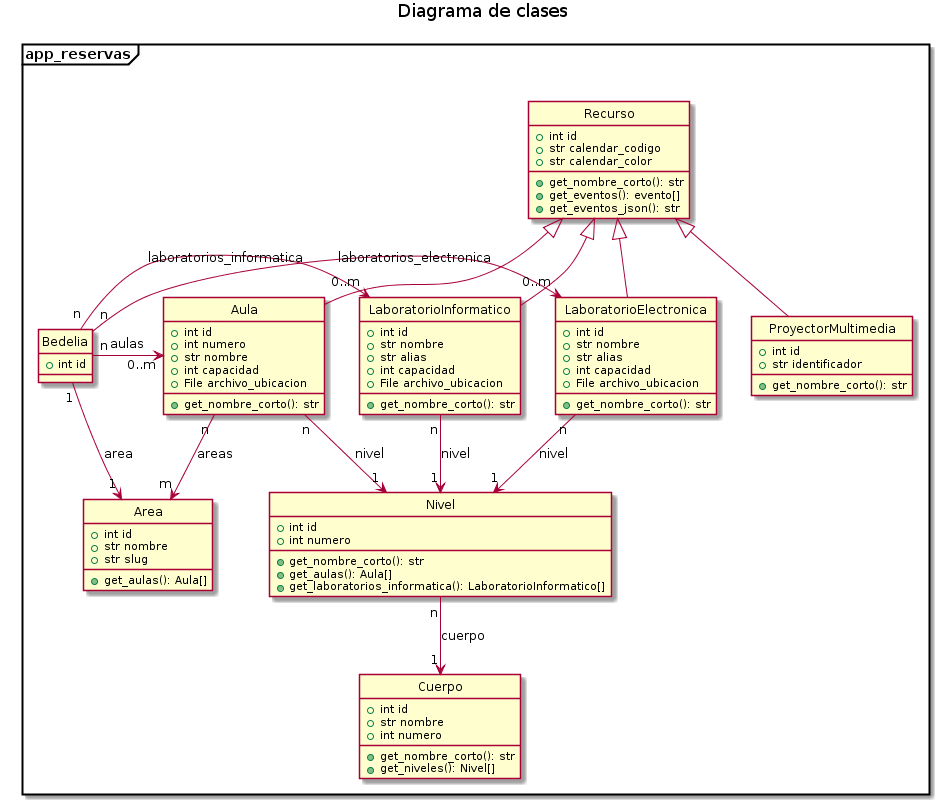
Above: docs/uml/diagrama_clases.png in utn-frm-si/reservas (PlantUML), before the change.
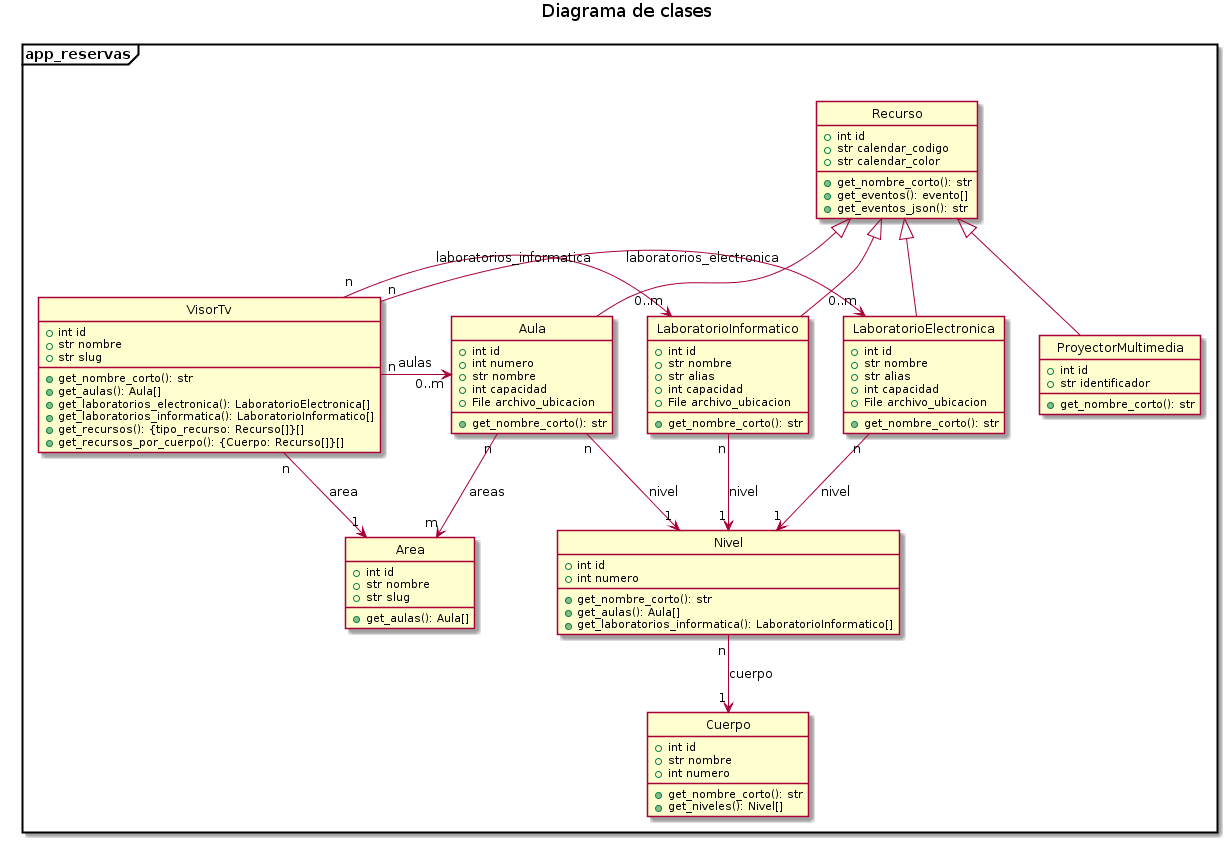
Above is the later version.

What changed in the source:
```diff
@@ -28,10 +28,6 @@
         + int capacidad
         + File archivo_ubicacion
         + get_nombre_corto(): str
-    }
-
-    class Bedelia {
-        + int id
     }
 
     class Cuerpo {
@@ -74,20 +70,32 @@
         + get_nombre_corto(): str
     }
 
+    class VisorTv {
+        + int id
+        + str nombre
+        + str slug
+        + get_nombre_corto(): str
+        + get_aulas(): Aula[]
+        + get_laboratorios_electronica(): LaboratorioElectronica[]
+        + get_laboratorios_informatica(): LaboratorioInformatico[]
+        + get_recursos(): {tipo_recurso: Recurso[]}[]
+        + get_recursos_por_cuerpo(): {Cuerpo: Recurso[]}[]
+    }
+
 
 
     Aula "n" --> "m" Area: areas
     Aula "n" --> "1" Nivel: nivel
 
-    Bedelia "1" --> "1" Area: area
-    Bedelia "n" -> "0..m" Aula: aulas
-    Bedelia "n" -> "0..m" LaboratorioElectronica: laboratorios_electronica
-    Bedelia "n" -> "0..m" LaboratorioInformatico: laboratorios_informatica
-
     LaboratorioElectronica "n" --> "1" Nivel: nivel
     LaboratorioInformatico "n" --> "1" Nivel: nivel
 
     Nivel "n" --> "1" Cuerpo: cuerpo
+
+    VisorTv "n" --> "1" Area: area
+    VisorTv "n" -> "0..m" Aula: aulas
+    VisorTv "n" -> "0..m" LaboratorioElectronica: laboratorios_electronica
+    VisorTv "n" -> "0..m" LaboratorioInformatico: laboratorios_informatica
 
 
 
```
